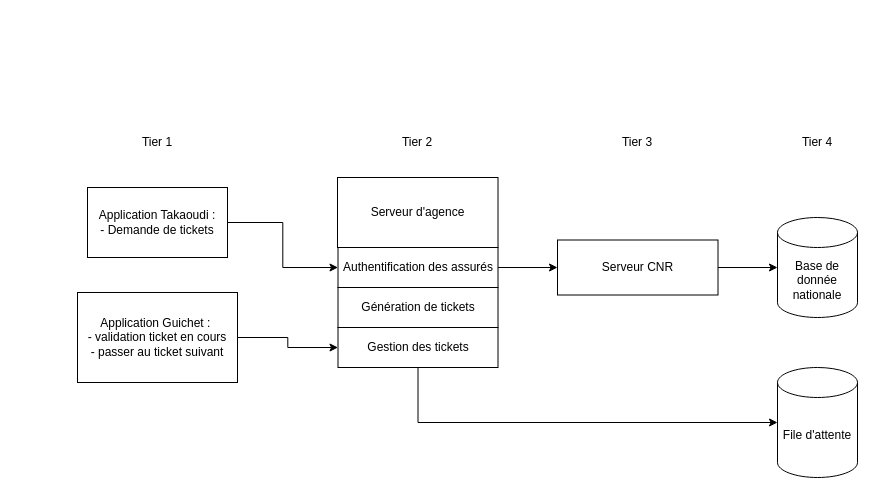
The draw.io diagram page "ArchitectureN-tier" (6 of 8) of diagrams/Diagramme.drawio in rryyyymmmmmmmm/e-tickets_takaoudi, before the edit. Source tidied: cells renumbered, new cells numbered last; positions are measured from the earlier drawing's top-left corner, leaving out a move shared by most shapes. Both pictures are drawn from the tidied source at 100%, with x=0, y=0 at pixel (77, 127).
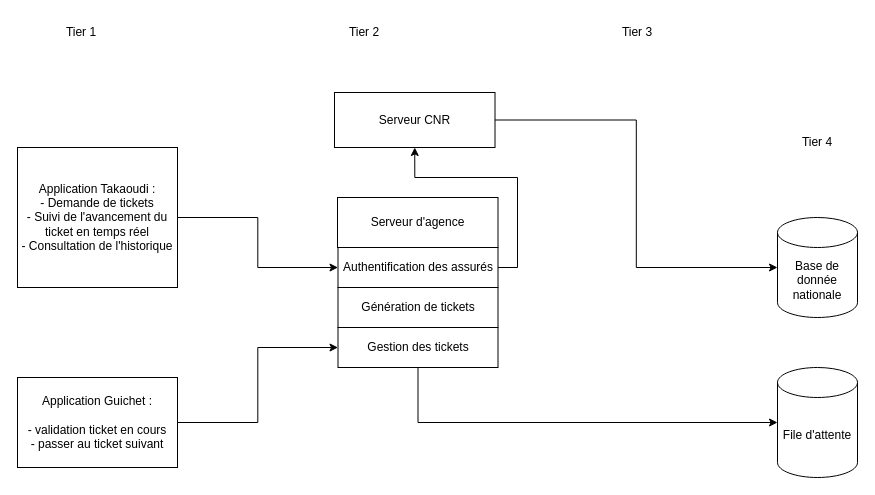
The same diagram, later.

Commit message:
Mettre à jour Diagramme.drawio

The change refers to these unchanged cells:
```xml
<mxCell id="11" value="Authentification des assurés" style="rounded=0;whiteSpace=wrap;html=1;" parent="1" vertex="1">
  <mxGeometry x="260.5" y="120" width="160" height="40" as="geometry" />
</mxCell>
```

Diff of the diagram source:
```diff
@@
-    <mxCell id="4" value="Application Takaoudi :&lt;div&gt;- Demande de tickets&lt;/div&gt;" style="rounded=0;whiteSpace=wrap;html=1;" parent="1" vertex="1">
-      <mxGeometry x="10" y="60" width="140" height="70" as="geometry" />
+    <mxCell id="4" value="Application Takaoudi :&lt;div&gt;- Demande de tickets&lt;/div&gt;&lt;div&gt;- Suivi de l'avancement du ticket en temps réel&lt;/div&gt;&lt;div&gt;- Consultation de l'historique&lt;/div&gt;" style="rounded=0;whiteSpace=wrap;html=1;" parent="1" vertex="1">
+      <mxGeometry x="-60" y="20" width="160" height="140" as="geometry" />
     </mxCell>
@@
-    <mxCell id="8" value="Application Guichet :&amp;nbsp;&lt;div&gt;- validation ticket en cours&lt;/div&gt;&lt;div&gt;- passer au ticket suivant&lt;/div&gt;" style="rounded=0;whiteSpace=wrap;html=1;" parent="1" vertex="1">
-      <mxGeometry y="165" width="160" height="90" as="geometry" />
+    <mxCell id="8" value="Application Guichet :&lt;div&gt;&amp;nbsp;&lt;div&gt;- validation ticket en cours&lt;/div&gt;&lt;div&gt;- passer au ticket suivant&lt;/div&gt;&lt;/div&gt;" style="rounded=0;whiteSpace=wrap;html=1;" parent="1" vertex="1">
+      <mxGeometry x="-60" y="250" width="160" height="90" as="geometry" />
     </mxCell>
+    <mxCell id="10" value="Serveur d'agence" style="rounded=0;whiteSpace=wrap;html=1;" parent="1" vertex="1">
+      <mxGeometry x="260" y="70" width="160.5" height="50" as="geometry" />
+    </mxCell>
-    <mxCell id="9" style="edgeStyle=orthogonalEdgeStyle;rounded=0;jettySize=auto;html=1;entryX=0;entryY=0.5;entryDx=0;entryDy=0;exitX=1;exitY=0.5;exitDx=0;exitDy=0;" parent="1" edge="1" source="11" target="14">
-      <mxGeometry relative="1" as="geometry" />
+    <mxCell id="9" style="edgeStyle=orthogonalEdgeStyle;rounded=0;jettySize=auto;html=1;exitX=1;exitY=0.5;exitDx=0;exitDy=0;entryX=0.5;entryY=1;entryDx=0;entryDy=0;" parent="1" edge="1" source="11" target="14">
+      <mxGeometry relative="1" as="geometry">
+        <Array as="points">
+          <mxPoint x="440" y="140" />
+          <mxPoint x="440" y="50" />
+          <mxPoint x="337" y="50" />
+        </Array>
+      </mxGeometry>
     </mxCell>
-    <mxCell id="10" value="Serveur d'agence" style="rounded=0;whiteSpace=wrap;html=1;" parent="1" vertex="1">
-      <mxGeometry x="260" y="50" width="160.5" height="70" as="geometry" />
-    </mxCell>
@@
     <mxCell id="14" value="Serveur CNR" style="rounded=0;whiteSpace=wrap;html=1;" parent="1" vertex="1">
-      <mxGeometry x="480" y="112.5" width="160.5" height="55" as="geometry" />
+      <mxGeometry x="257" y="-35" width="160.5" height="55" as="geometry" />
     </mxCell>
     <mxCell id="15" value="Tier 1" style="text;html=1;whiteSpace=wrap;strokeColor=none;fillColor=none;align=center;verticalAlign=middle;rounded=0;" parent="1" vertex="1">
-      <mxGeometry x="50" width="60" height="30" as="geometry" />
+      <mxGeometry x="-26" y="-110" width="60" height="30" as="geometry" />
     </mxCell>
     <mxCell id="16" value="Tier 2" style="text;html=1;whiteSpace=wrap;strokeColor=none;fillColor=none;align=center;verticalAlign=middle;rounded=0;" parent="1" vertex="1">
-      <mxGeometry x="310" width="60" height="30" as="geometry" />
+      <mxGeometry x="257" y="-110" width="60" height="30" as="geometry" />
     </mxCell>
@@
     <mxCell id="18" value="Tier 3" style="text;html=1;whiteSpace=wrap;strokeColor=none;fillColor=none;align=center;verticalAlign=middle;rounded=0;" parent="1" vertex="1">
-      <mxGeometry x="530.2" width="60" height="30" as="geometry" />
+      <mxGeometry x="530.2" y="-110" width="60" height="30" as="geometry" />
     </mxCell>
```
